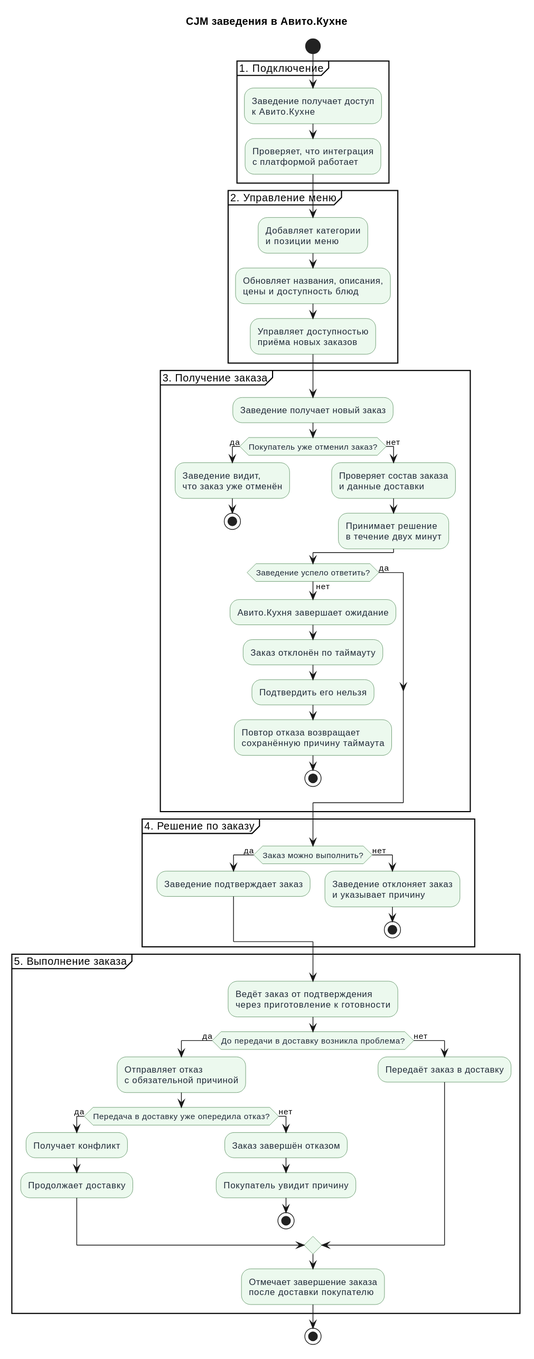
Before: docs/diagrams/establishment-cjm.svg, a diagram exported from PlantUML (DevDashkovsky/kitchen-avito).
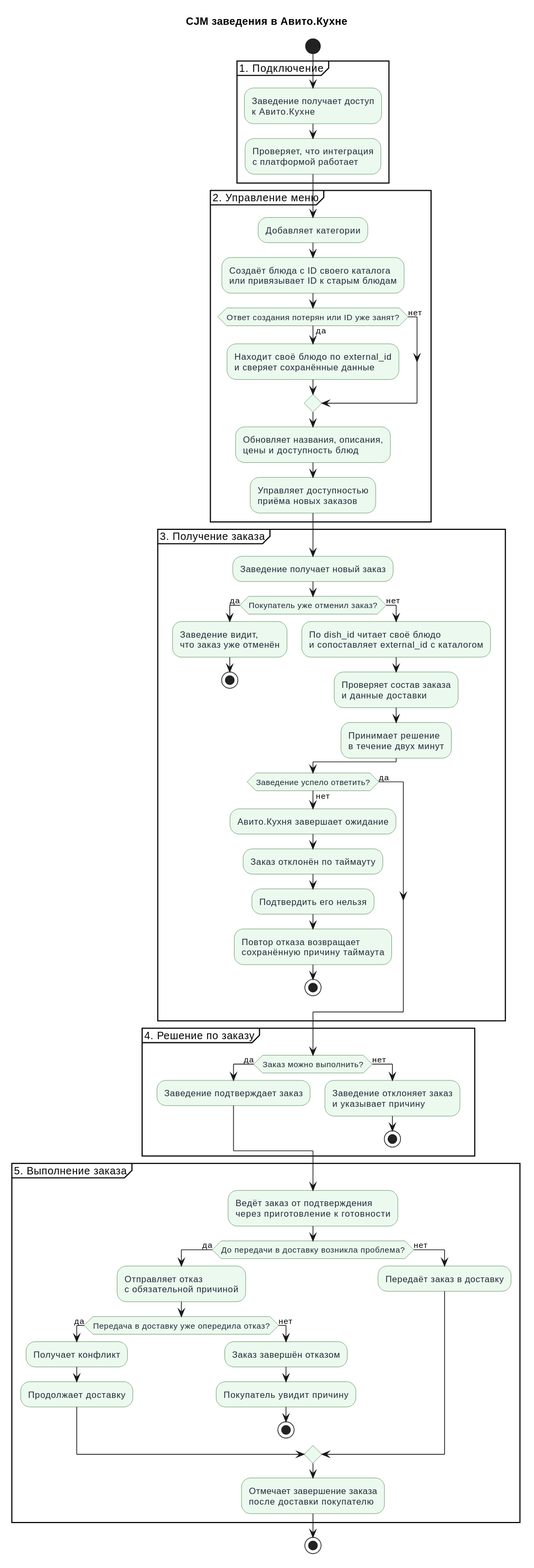
Above is the later version.

What changed in the source:
```diff
@@ -18,8 +18,14 @@
 }
 
 partition "2. Управление меню" {
-  :Добавляет категории
-  и позиции меню;
+  :Добавляет категории;
+  :Создаёт блюда с ID своего каталога
+  или привязывает ID к старым блюдам;
+  if (Ответ создания потерян или ID уже занят?) then (да)
+    :Находит своё блюдо по external_id
+    и сверяет сохранённые данные;
+  else (нет)
+  endif
   :Обновляет названия, описания,
   цены и доступность блюд;
   :Управляет доступностью
@@ -34,6 +40,8 @@
     что заказ уже отменён;
     stop
   else (нет)
+    :По dish_id читает своё блюдо
+    и сопоставляет external_id с каталогом;
     :Проверяет состав заказа
     и данные доставки;
     :Принимает решение
```
